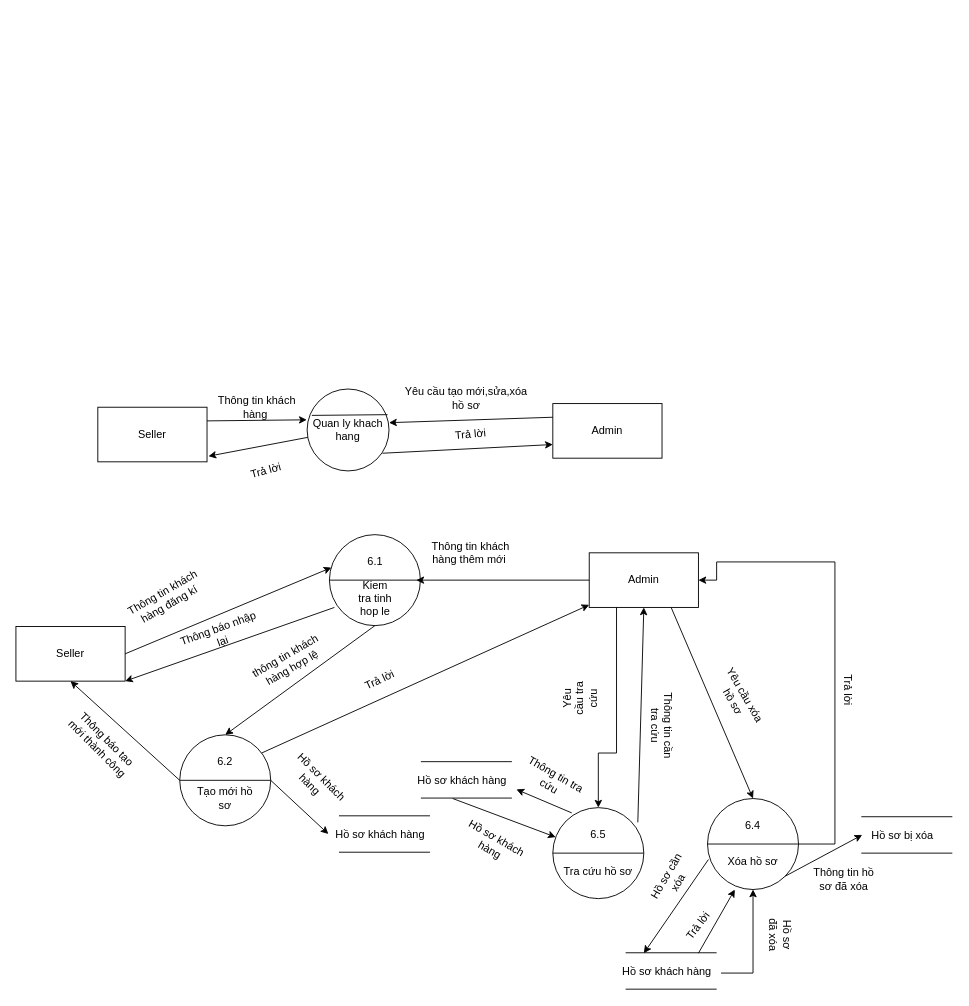
The draw.io diagram Loi/DFD_Quan_Ly_Khach_Hang.drawio in xxminhmie/override-project-document, before the edit. Source tidied: cells renumbered, new cells numbered last; positions are measured from the earlier drawing's top-left corner, leaving out a move shared by most shapes. Both pictures are drawn from the tidied source at 91%, with x=0, y=0 at pixel (15, 389).
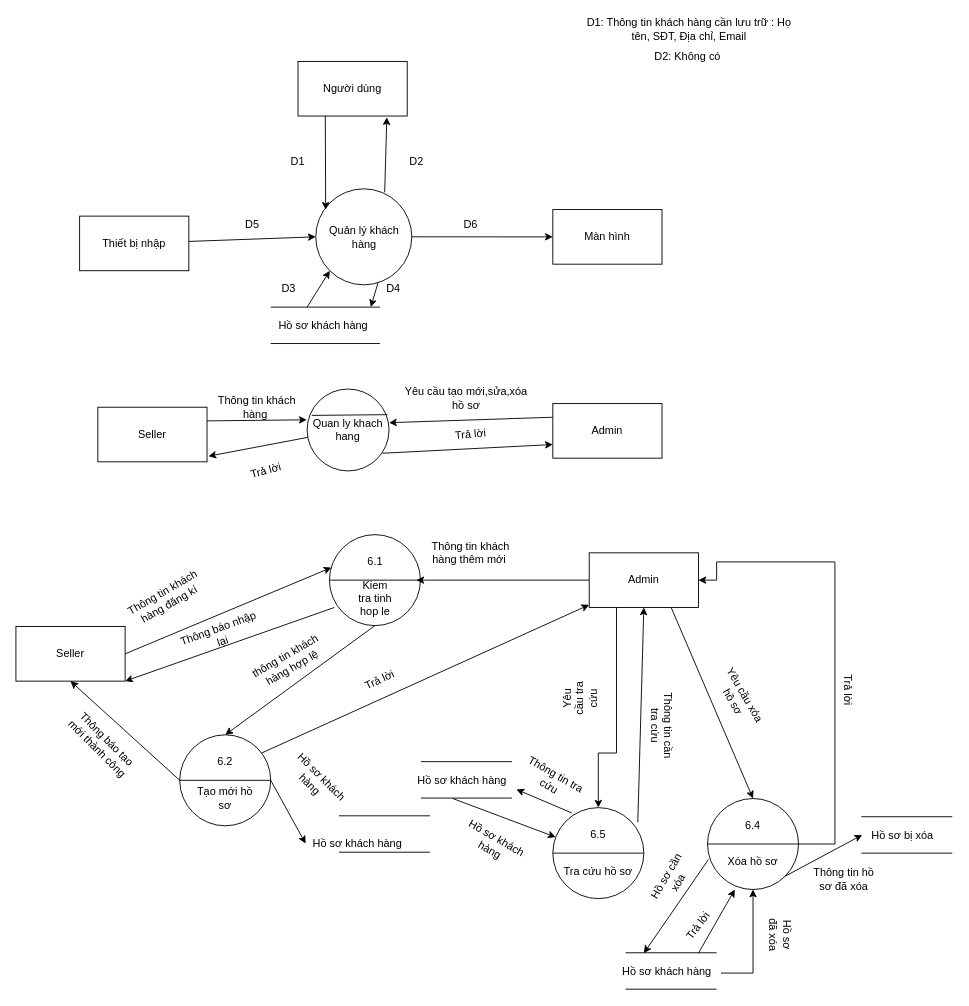
The same diagram, later.

Commit message (it also covers changes not shown here):
usecase + activity diagram QLKH

The edit, as a diff of the source:
```diff
@@
     <mxCell id="36" value="Hồ sơ khách hàng" style="text;html=1;align=center;verticalAlign=middle;points=[];" parent="1" vertex="1">
-      <mxGeometry x="345" y="479.5" width="110" height="20" as="geometry" />
+      <mxGeometry x="320" y="490" width="110" height="20" as="geometry" />
     </mxCell>
@@
+    <mxCell id="78" value="Quản lý khách hàng" style="ellipse;whiteSpace=wrap;html=1;" parent="1" vertex="1">
+      <mxGeometry x="329.5" y="-220" width="105.5" height="105.5" as="geometry" />
+    </mxCell>
+    <mxCell id="79" value="Thiết bị nhập" style="rounded=0;whiteSpace=wrap;html=1;" parent="1" vertex="1">
+      <mxGeometry x="70" y="-190" width="120" height="60" as="geometry" />
+    </mxCell>
+    <mxCell id="80" value="Màn hình" style="rounded=0;whiteSpace=wrap;html=1;" parent="1" vertex="1">
+      <mxGeometry x="590" y="-197.2" width="120" height="60" as="geometry" />
+    </mxCell>
+    <mxCell id="81" style="endArrow=classic;html=1;entryX=0;entryY=0.5;entryDx=0;entryDy=0;" parent="1" edge="1" source="79" target="78">
+      <mxGeometry relative="1" as="geometry" />
+    </mxCell>
+    <mxCell id="82" value="Người dùng" style="rounded=0;whiteSpace=wrap;html=1;" parent="1" vertex="1">
+      <mxGeometry x="310" y="-360" width="120" height="60" as="geometry" />
+    </mxCell>
+    <mxCell id="83" style="endArrow=classic;html=1;exitX=0.25;exitY=1;exitDx=0;exitDy=0;entryX=0.103;entryY=0.218;entryDx=0;entryDy=0;entryPerimeter=0;" parent="1" edge="1" source="82" target="78">
+      <mxGeometry relative="1" as="geometry" />
+    </mxCell>
+    <mxCell id="84" style="endArrow=classic;html=1;exitX=0.718;exitY=0.036;exitDx=0;exitDy=0;exitPerimeter=0;entryX=0.813;entryY=1.023;entryDx=0;entryDy=0;entryPerimeter=0;" parent="1" edge="1" source="78" target="82">
+      <mxGeometry relative="1" as="geometry" />
+    </mxCell>
+    <mxCell id="85" style="endArrow=classic;html=1;exitX=1;exitY=0.5;exitDx=0;exitDy=0;entryX=0;entryY=0.5;entryDx=0;entryDy=0;" parent="1" edge="1" source="78" target="80">
+      <mxGeometry relative="1" as="geometry" />
+    </mxCell>
+    <mxCell id="86" style="endArrow=none;html=1;" parent="1" edge="1">
+      <mxGeometry relative="1" as="geometry">
+        <mxPoint x="280" y="-90" as="sourcePoint" />
+        <mxPoint x="400" y="-90" as="targetPoint" />
+      </mxGeometry>
+    </mxCell>
+    <mxCell id="87" style="endArrow=none;html=1;" parent="1" edge="1">
+      <mxGeometry relative="1" as="geometry">
+        <mxPoint x="280" y="-50" as="sourcePoint" />
+        <mxPoint x="400" y="-50" as="targetPoint" />
+      </mxGeometry>
+    </mxCell>
+    <mxCell id="88" value="Hồ sơ khách hàng" style="text;html=1;strokeColor=none;fillColor=none;align=center;verticalAlign=middle;whiteSpace=wrap;rounded=0;" parent="1" vertex="1">
+      <mxGeometry x="284.5" y="-80" width="105.5" height="20" as="geometry" />
+    </mxCell>
+    <mxCell id="89" style="endArrow=classic;html=1;entryX=0;entryY=1;entryDx=0;entryDy=0;" parent="1" edge="1" target="78">
+      <mxGeometry relative="1" as="geometry">
+        <mxPoint x="320" y="-90" as="sourcePoint" />
+      </mxGeometry>
+    </mxCell>
+    <mxCell id="90" style="endArrow=classic;html=1;exitX=0.649;exitY=0.976;exitDx=0;exitDy=0;exitPerimeter=0;" parent="1" edge="1" source="78">
+      <mxGeometry relative="1" as="geometry">
+        <mxPoint x="390" y="-90" as="targetPoint" />
+      </mxGeometry>
+    </mxCell>
+    <mxCell id="91" value="D1" style="text;html=1;strokeColor=none;fillColor=none;align=center;verticalAlign=middle;whiteSpace=wrap;rounded=0;" parent="1" vertex="1">
+      <mxGeometry x="289.5" y="-260" width="40" height="20" as="geometry" />
+    </mxCell>
+    <mxCell id="92" value="D2" style="text;html=1;align=center;verticalAlign=middle;" parent="1" vertex="1">
+      <mxGeometry x="425" y="-260" width="30" height="20" as="geometry" />
+    </mxCell>
+    <mxCell id="93" value="D3" style="text;html=1;strokeColor=none;fillColor=none;align=center;verticalAlign=middle;whiteSpace=wrap;rounded=0;" parent="1" vertex="1">
+      <mxGeometry x="280" y="-120" width="40" height="20" as="geometry" />
+    </mxCell>
+    <mxCell id="94" value="D4" style="text;html=1;strokeColor=none;fillColor=none;align=center;verticalAlign=middle;whiteSpace=wrap;rounded=0;" parent="1" vertex="1">
+      <mxGeometry x="395" y="-120" width="40" height="20" as="geometry" />
+    </mxCell>
+    <mxCell id="95" value="D5" style="text;html=1;strokeColor=none;fillColor=none;align=center;verticalAlign=middle;whiteSpace=wrap;rounded=0;" parent="1" vertex="1">
+      <mxGeometry x="240" y="-190" width="40" height="20" as="geometry" />
+    </mxCell>
+    <mxCell id="96" value="D6" style="text;html=1;strokeColor=none;fillColor=none;align=center;verticalAlign=middle;whiteSpace=wrap;rounded=0;" parent="1" vertex="1">
+      <mxGeometry x="480" y="-190" width="40" height="20" as="geometry" />
+    </mxCell>
+    <mxCell id="97" value="D1: Thông tin khách hàng cần lưu trữ : Họ tên, SĐT, Địa chỉ, Email" style="text;html=1;strokeColor=none;fillColor=none;align=center;verticalAlign=middle;whiteSpace=wrap;rounded=0;" parent="1" vertex="1">
+      <mxGeometry x="620" y="-410" width="240" height="30" as="geometry" />
+    </mxCell>
+    <mxCell id="98" value="D2: Không có&amp;nbsp;" style="text;html=1;strokeColor=none;fillColor=none;align=center;verticalAlign=middle;whiteSpace=wrap;rounded=0;" parent="1" vertex="1">
+      <mxGeometry x="620" y="-380" width="240" height="30" as="geometry" />
+    </mxCell>
```
